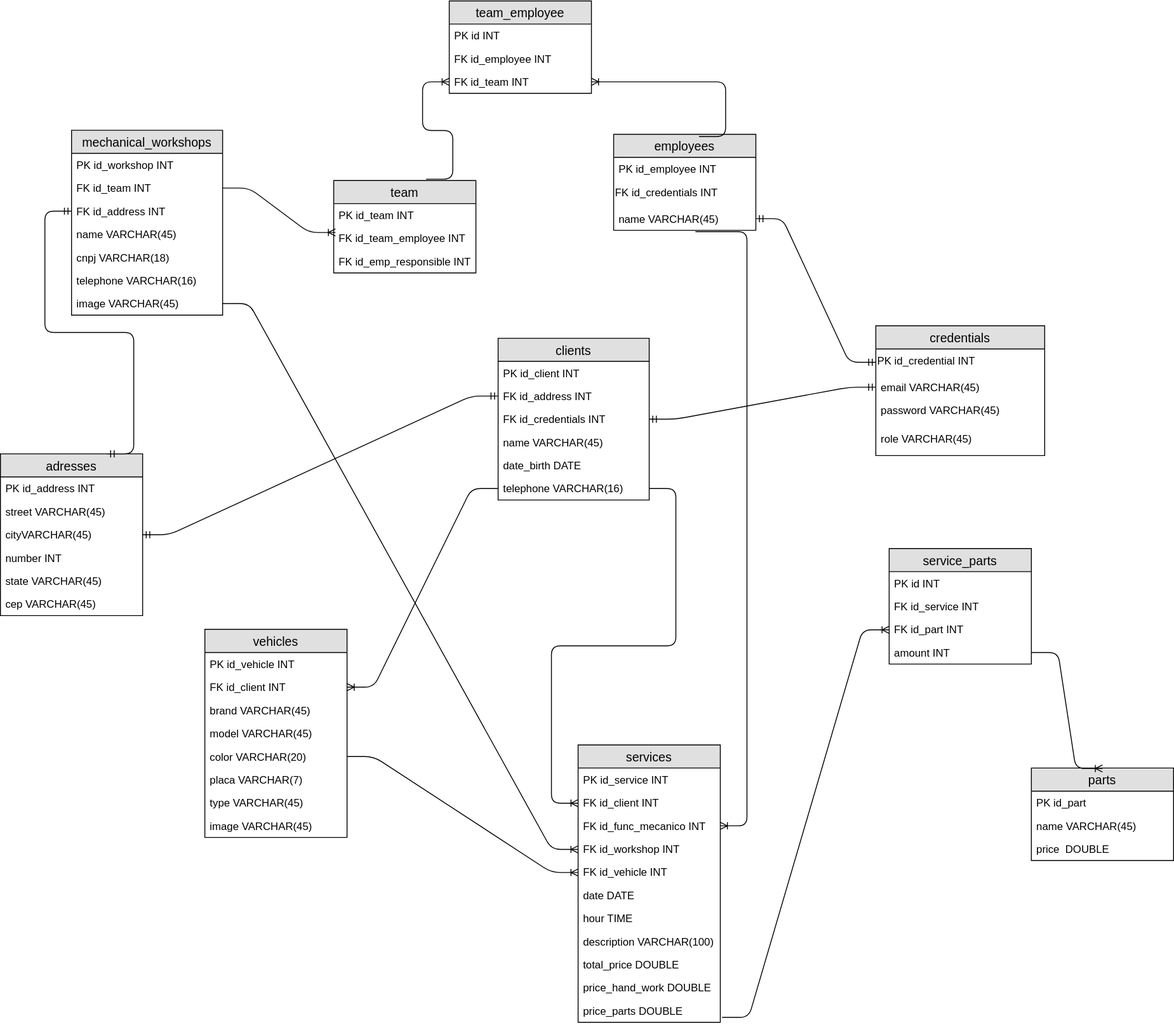
This is database/OficinaMecanica.svg from utfpr-gp/auto-repair-shop, a draw.io export, as it was before one commit. Source tidied: cells renumbered, new cells last; positions are measured from the earlier drawing's top-left corner, leaving out a move shared by most shapes.
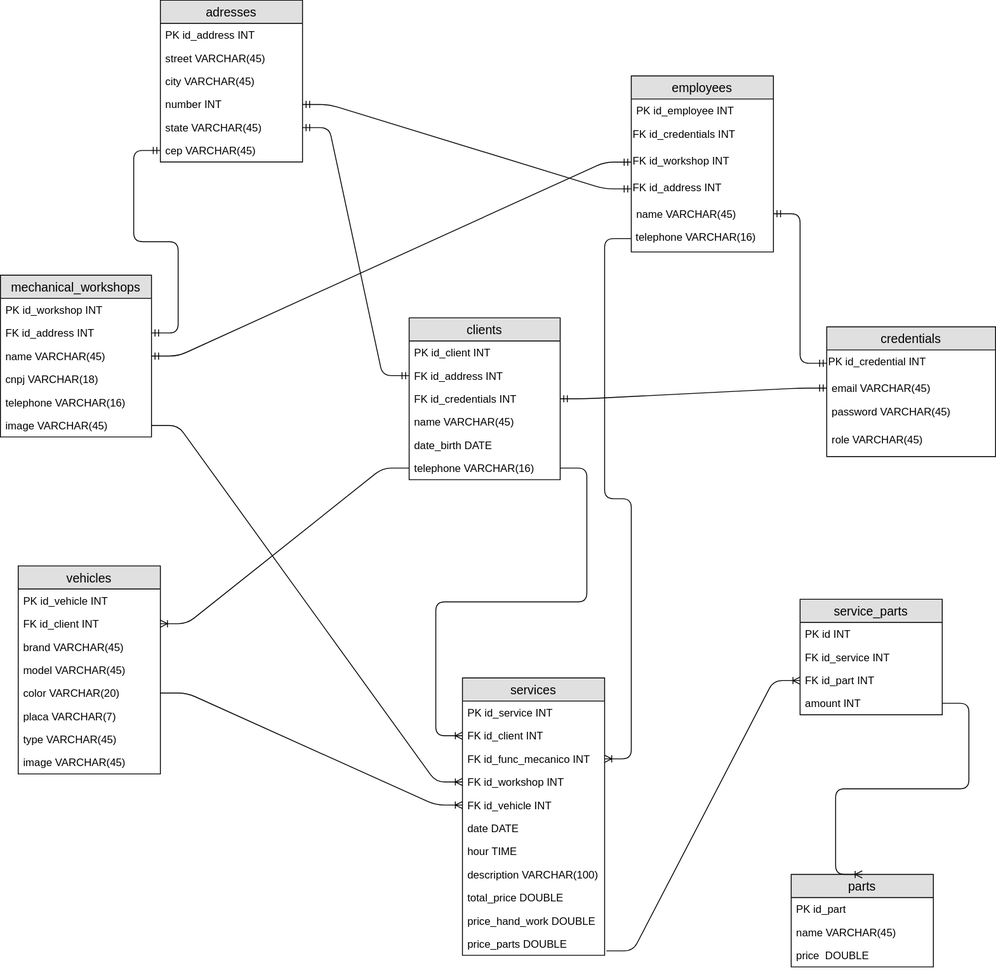
Later version of the same file.

Commit message:
Alterações no modelo do banco, as tabelas de equipes foram deletadas e foi adicionado mais atributos a tabela de funcionarios

What changed in the source:
```diff
@@ -3,7 +3,7 @@
     <mxCell id="0" />
     <mxCell id="1" parent="0" />
     <mxCell id="2" value="credentials" style="swimlane;fontStyle=0;horizontal=1;startSize=26;fillColor=#e0e0e0;swimlaneFillColor=#ffffff;align=center;fontSize=14;" parent="1" vertex="1">
-      <mxGeometry x="985" y="365" width="190" height="146" as="geometry" />
+      <mxGeometry x="1135" y="479.1" width="190" height="146" as="geometry" />
     </mxCell>
     <mxCell id="3" value="PK id_credential INT" style="text;html=1;" parent="2" vertex="1">
       <mxGeometry y="26" width="190" height="30" as="geometry" />
@@ -18,43 +18,28 @@
       <mxGeometry y="114" width="190" height="32" as="geometry" />
     </mxCell>
     <mxCell id="7" value="mechanical_workshops" style="swimlane;fontStyle=0;horizontal=1;startSize=26;fillColor=#e0e0e0;swimlaneFillColor=#ffffff;align=center;fontSize=14;" parent="1" vertex="1">
-      <mxGeometry x="80" y="145" width="170" height="208" as="geometry" />
+      <mxGeometry x="205" y="421" width="170" height="182" as="geometry" />
     </mxCell>
     <mxCell id="8" value="PK id_workshop INT" style="text;strokeColor=none;fillColor=none;spacingLeft=4;spacingRight=4;overflow=hidden;fontSize=12;fontStyle=0;" parent="7" vertex="1">
       <mxGeometry y="26" width="170" height="26" as="geometry" />
     </mxCell>
-    <mxCell id="9" value="FK id_team INT" style="text;strokeColor=none;fillColor=none;spacingLeft=4;spacingRight=4;overflow=hidden;points=[[0,0.5],[1,0.5]];portConstraint=eastwest;fontSize=12;" parent="7" vertex="1">
-      <mxGeometry y="52" width="170" height="26" as="geometry" />
-    </mxCell>
     <mxCell id="10" value="FK id_address INT" style="text;strokeColor=none;fillColor=none;spacingLeft=4;spacingRight=4;overflow=hidden;points=[[0,0.5],[1,0.5]];portConstraint=eastwest;fontSize=12;" parent="7" vertex="1">
-      <mxGeometry y="78" width="170" height="26" as="geometry" />
+      <mxGeometry y="52" width="170" height="26" as="geometry" />
     </mxCell>
     <mxCell id="11" value="name VARCHAR(45)" style="text;strokeColor=none;fillColor=none;spacingLeft=4;spacingRight=4;overflow=hidden;points=[[0,0.5],[1,0.5]];portConstraint=eastwest;fontSize=12;" parent="7" vertex="1">
-      <mxGeometry y="104" width="170" height="26" as="geometry" />
+      <mxGeometry y="78" width="170" height="26" as="geometry" />
     </mxCell>
     <mxCell id="12" value="cnpj VARCHAR(18)" style="text;strokeColor=none;fillColor=none;spacingLeft=4;spacingRight=4;overflow=hidden;fontSize=12;" parent="7" vertex="1">
-      <mxGeometry y="130" width="170" height="26" as="geometry" />
+      <mxGeometry y="104" width="170" height="26" as="geometry" />
     </mxCell>
     <mxCell id="13" value="telephone VARCHAR(16)" style="text;strokeColor=none;fillColor=none;spacingLeft=4;spacingRight=4;overflow=hidden;fontSize=12;" parent="7" vertex="1">
-      <mxGeometry y="156" width="170" height="26" as="geometry" />
+      <mxGeometry y="130" width="170" height="26" as="geometry" />
     </mxCell>
     <mxCell id="14" value="image VARCHAR(45)" style="text;strokeColor=none;fillColor=none;spacingLeft=4;spacingRight=4;overflow=hidden;points=[[0,0.5],[1,0.5]];portConstraint=eastwest;fontSize=12;" parent="7" vertex="1">
-      <mxGeometry y="182" width="170" height="26" as="geometry" />
+      <mxGeometry y="156" width="170" height="26" as="geometry" />
     </mxCell>
-    <mxCell id="15" value="team" style="swimlane;fontStyle=0;horizontal=1;startSize=26;fillColor=#e0e0e0;swimlaneFillColor=#ffffff;align=center;fontSize=14;" parent="1" vertex="1">
-      <mxGeometry x="375" y="201.5" width="160" height="104" as="geometry" />
-    </mxCell>
-    <mxCell id="16" value="PK id_team INT" style="text;strokeColor=none;fillColor=none;spacingLeft=4;spacingRight=4;overflow=hidden;fontSize=12;" parent="15" vertex="1">
-      <mxGeometry y="26" width="160" height="26" as="geometry" />
-    </mxCell>
-    <mxCell id="17" value="FK id_team_employee INT&#10;" style="text;strokeColor=none;fillColor=none;spacingLeft=4;spacingRight=4;overflow=hidden;points=[[0,0.5],[1,0.5]];portConstraint=eastwest;fontSize=12;" parent="15" vertex="1">
-      <mxGeometry y="52" width="160" height="26" as="geometry" />
-    </mxCell>
-    <mxCell id="18" value="FK id_emp_responsible INT&#10;" style="text;strokeColor=none;fillColor=none;spacingLeft=4;spacingRight=4;overflow=hidden;fontSize=12;" parent="15" vertex="1">
-      <mxGeometry y="78" width="160" height="26" as="geometry" />
-    </mxCell>
     <mxCell id="19" value="employees" style="swimlane;fontStyle=0;horizontal=1;startSize=26;fillColor=#e0e0e0;swimlaneFillColor=#ffffff;align=center;fontSize=14;" parent="1" vertex="1">
-      <mxGeometry x="690" y="149.5" width="160" height="108" as="geometry" />
+      <mxGeometry x="915" y="196.9" width="160" height="198" as="geometry" />
     </mxCell>
     <mxCell id="20" value="PK id_employee INT" style="text;strokeColor=none;fillColor=none;spacingLeft=4;spacingRight=4;overflow=hidden;fontSize=12;" parent="19" vertex="1">
       <mxGeometry y="26" width="160" height="26" as="geometry" />
@@ -62,23 +47,20 @@
     <mxCell id="21" value="FK id_credentials INT" style="text;html=1;" parent="19" vertex="1">
       <mxGeometry y="52" width="160" height="30" as="geometry" />
     </mxCell>
+    <mxCell id="85" value="FK id_workshop INT" style="text;html=1;" parent="19" vertex="1">
+      <mxGeometry y="82" width="160" height="30" as="geometry" />
+    </mxCell>
+    <mxCell id="86" value="FK id_address INT" style="text;html=1;" parent="19" vertex="1">
+      <mxGeometry y="112" width="160" height="30" as="geometry" />
+    </mxCell>
     <mxCell id="22" value="name VARCHAR(45)" style="text;strokeColor=none;fillColor=none;spacingLeft=4;spacingRight=4;overflow=hidden;points=[[0,0.5],[1,0.5]];portConstraint=eastwest;fontSize=12;" parent="19" vertex="1">
-      <mxGeometry y="82" width="160" height="26" as="geometry" />
+      <mxGeometry y="142" width="160" height="26" as="geometry" />
     </mxCell>
-    <mxCell id="23" value="team_employee" style="swimlane;fontStyle=0;horizontal=1;startSize=26;fillColor=#e0e0e0;swimlaneFillColor=#ffffff;align=center;fontSize=14;" parent="1" vertex="1">
-      <mxGeometry x="505" y="-0.5" width="160" height="104" as="geometry" />
-    </mxCell>
-    <mxCell id="24" value="PK id INT" style="text;strokeColor=none;fillColor=none;spacingLeft=4;spacingRight=4;overflow=hidden;fontSize=12;" parent="23" vertex="1">
-      <mxGeometry y="26" width="160" height="26" as="geometry" />
-    </mxCell>
-    <mxCell id="25" value="FK id_employee INT" style="text;strokeColor=none;fillColor=none;spacingLeft=4;spacingRight=4;overflow=hidden;fontSize=12;" parent="23" vertex="1">
-      <mxGeometry y="52" width="160" height="26" as="geometry" />
-    </mxCell>
-    <mxCell id="26" value="FK id_team INT" style="text;strokeColor=none;fillColor=none;spacingLeft=4;spacingRight=4;overflow=hidden;points=[[0,0.5],[1,0.5]];portConstraint=eastwest;fontSize=12;" parent="23" vertex="1">
-      <mxGeometry y="78" width="160" height="26" as="geometry" />
-    </mxCell>
+    <mxCell id="87" value="&amp;nbsp;telephone VARCHAR(16)" style="text;html=1;" parent="19" vertex="1">
+      <mxGeometry y="168" width="160" height="30" as="geometry" />
+    </mxCell>
     <mxCell id="27" value="clients" style="swimlane;fontStyle=0;horizontal=1;startSize=26;fillColor=#e0e0e0;swimlaneFillColor=#ffffff;align=center;fontSize=14;" parent="1" vertex="1">
-      <mxGeometry x="560" y="379" width="170" height="182" as="geometry" />
+      <mxGeometry x="665" y="469" width="170" height="182" as="geometry" />
     </mxCell>
     <mxCell id="28" value="PK id_client INT " style="text;strokeColor=none;fillColor=none;spacingLeft=4;spacingRight=4;overflow=hidden;fontSize=12;" parent="27" vertex="1">
       <mxGeometry y="26" width="170" height="26" as="geometry" />
@@ -99,7 +81,7 @@
       <mxGeometry y="156" width="170" height="26" as="geometry" />
     </mxCell>
     <mxCell id="34" value="vehicles" style="swimlane;fontStyle=0;horizontal=1;startSize=26;fillColor=#e0e0e0;swimlaneFillColor=#ffffff;align=center;fontSize=14;" parent="1" vertex="1">
-      <mxGeometry x="230" y="706.5" width="160" height="234" as="geometry" />
+      <mxGeometry x="225" y="748" width="160" height="234" as="geometry" />
     </mxCell>
     <mxCell id="35" value="PK id_vehicle INT" style="text;strokeColor=none;fillColor=none;spacingLeft=4;spacingRight=4;overflow=hidden;fontSize=12;" parent="34" vertex="1">
       <mxGeometry y="26" width="160" height="26" as="geometry" />
@@ -126,7 +108,7 @@
       <mxGeometry y="208" width="160" height="26" as="geometry" />
     </mxCell>
     <mxCell id="43" value="adresses" style="swimlane;fontStyle=0;horizontal=1;startSize=26;fillColor=#e0e0e0;swimlaneFillColor=#ffffff;align=center;fontSize=14;" parent="1" vertex="1">
-      <mxGeometry y="509" width="160" height="182" as="geometry" />
+      <mxGeometry x="385" y="111.7" width="160" height="182" as="geometry" />
     </mxCell>
     <mxCell id="44" value="PK id_address INT" style="text;strokeColor=none;fillColor=none;spacingLeft=4;spacingRight=4;overflow=hidden;fontSize=12;" parent="43" vertex="1">
       <mxGeometry y="26" width="160" height="26" as="geometry" />
@@ -134,7 +116,7 @@
     <mxCell id="45" value="street VARCHAR(45)" style="text;strokeColor=none;fillColor=none;spacingLeft=4;spacingRight=4;overflow=hidden;fontSize=12;" parent="43" vertex="1">
       <mxGeometry y="52" width="160" height="26" as="geometry" />
     </mxCell>
-    <mxCell id="46" value="cityVARCHAR(45)" style="text;strokeColor=none;fillColor=none;spacingLeft=4;spacingRight=4;overflow=hidden;points=[[0,0.5],[1,0.5]];portConstraint=eastwest;fontSize=12;" parent="43" vertex="1">
+    <mxCell id="46" value="city VARCHAR(45)" style="text;strokeColor=none;fillColor=none;spacingLeft=4;spacingRight=4;overflow=hidden;points=[[0,0.5],[1,0.5]];portConstraint=eastwest;fontSize=12;" parent="43" vertex="1">
       <mxGeometry y="78" width="160" height="26" as="geometry" />
     </mxCell>
     <mxCell id="47" value="number INT" style="text;strokeColor=none;fillColor=none;spacingLeft=4;spacingRight=4;overflow=hidden;points=[[0,0.5],[1,0.5]];portConstraint=eastwest;fontSize=12;" parent="43" vertex="1">
@@ -149,17 +131,14 @@
     <mxCell id="50" style="edgeStyle=entityRelationEdgeStyle;fontSize=12;html=1;endArrow=ERoneToMany;" parent="1" edge="1" source="33" target="36">
       <mxGeometry relative="1" as="geometry" />
     </mxCell>
-    <mxCell id="51" style="edgeStyle=entityRelationEdgeStyle;fontSize=12;html=1;endArrow=ERmandOne;startArrow=ERmandOne;entryX=0;entryY=0.5;entryDx=0;entryDy=0;exitX=0.75;exitY=0;exitDx=0;exitDy=0;" parent="1" edge="1" source="43" target="10">
+    <mxCell id="51" style="edgeStyle=entityRelationEdgeStyle;fontSize=12;html=1;endArrow=ERmandOne;startArrow=ERmandOne;" parent="1" edge="1" source="49" target="10">
       <mxGeometry relative="1" as="geometry" />
     </mxCell>
-    <mxCell id="52" style="edgeStyle=entityRelationEdgeStyle;fontSize=12;html=1;endArrow=ERmandOne;startArrow=ERmandOne;entryX=0;entryY=0.5;entryDx=0;entryDy=0;exitX=1;exitY=0.5;exitDx=0;exitDy=0;" parent="1" edge="1" source="46" target="29">
+    <mxCell id="52" style="edgeStyle=entityRelationEdgeStyle;fontSize=12;html=1;endArrow=ERmandOne;startArrow=ERmandOne;entryX=0;entryY=0.5;entryDx=0;entryDy=0;exitX=1;exitY=0.5;exitDx=0;exitDy=0;" parent="1" edge="1" source="48" target="29">
       <mxGeometry relative="1" as="geometry" />
     </mxCell>
-    <mxCell id="53" style="edgeStyle=entityRelationEdgeStyle;fontSize=12;html=1;endArrow=ERoneToMany;exitX=0.652;exitY=-0.01;exitDx=0;exitDy=0;exitPerimeter=0;" parent="1" edge="1" source="15" target="26">
-      <mxGeometry relative="1" as="geometry" />
-    </mxCell>
     <mxCell id="54" value="services" style="swimlane;fontStyle=0;horizontal=1;startSize=26;fillColor=#e0e0e0;swimlaneFillColor=#ffffff;align=center;fontSize=14;" parent="1" vertex="1">
-      <mxGeometry x="650" y="836.5" width="160" height="312" as="geometry" />
+      <mxGeometry x="725" y="874" width="160" height="312" as="geometry" />
     </mxCell>
     <mxCell id="55" value="PK id_service INT&#10;" style="text;strokeColor=none;fillColor=none;spacingLeft=4;spacingRight=4;overflow=hidden;fontSize=12;" parent="54" vertex="1">
       <mxGeometry y="26" width="160" height="26" as="geometry" />
@@ -194,18 +173,12 @@
     <mxCell id="65" value="price_parts DOUBLE" style="text;strokeColor=none;fillColor=none;spacingLeft=4;spacingRight=4;overflow=hidden;points=[[0,0.5],[1,0.5]];portConstraint=eastwest;fontSize=12;" parent="54" vertex="1">
       <mxGeometry y="286" width="160" height="26" as="geometry" />
     </mxCell>
-    <mxCell id="66" style="edgeStyle=entityRelationEdgeStyle;fontSize=12;html=1;endArrow=ERoneToMany;exitX=0.6;exitY=0.019;exitDx=0;exitDy=0;exitPerimeter=0;" parent="1" edge="1" source="19" target="26">
-      <mxGeometry relative="1" as="geometry" />
-    </mxCell>
     <mxCell id="67" style="edgeStyle=entityRelationEdgeStyle;fontSize=12;html=1;endArrow=ERmandOne;startArrow=ERmandOne;entryX=0;entryY=0.5;entryDx=0;entryDy=0;" parent="1" edge="1" source="30" target="4">
       <mxGeometry relative="1" as="geometry" />
     </mxCell>
     <mxCell id="68" style="edgeStyle=entityRelationEdgeStyle;fontSize=12;html=1;endArrow=ERmandOne;startArrow=ERmandOne;" parent="1" edge="1" source="3" target="22">
       <mxGeometry relative="1" as="geometry" />
     </mxCell>
-    <mxCell id="69" style="edgeStyle=entityRelationEdgeStyle;fontSize=12;html=1;endArrow=ERoneToMany;exitX=1;exitY=0.5;exitDx=0;exitDy=0;entryX=0.01;entryY=0.25;entryDx=0;entryDy=0;entryPerimeter=0;" parent="1" edge="1" source="9" target="17">
-      <mxGeometry relative="1" as="geometry" />
-    </mxCell>
     <mxCell id="70" style="edgeStyle=entityRelationEdgeStyle;fontSize=12;html=1;endArrow=ERoneToMany;entryX=0;entryY=0.5;entryDx=0;entryDy=0;" parent="1" edge="1" source="33" target="56">
       <mxGeometry relative="1" as="geometry" />
     </mxCell>
@@ -213,7 +186,7 @@
       <mxGeometry relative="1" as="geometry" />
     </mxCell>
     <mxCell id="72" value="parts" style="swimlane;fontStyle=0;horizontal=1;startSize=26;fillColor=#e0e0e0;swimlaneFillColor=#ffffff;align=center;fontSize=14;" parent="1" vertex="1">
-      <mxGeometry x="1160" y="862.5" width="160" height="104" as="geometry" />
+      <mxGeometry x="1095" y="1095" width="160" height="104" as="geometry" />
     </mxCell>
     <mxCell id="73" value="PK id_part" style="text;strokeColor=none;fillColor=none;spacingLeft=4;spacingRight=4;overflow=hidden;fontSize=12;" parent="72" vertex="1">
       <mxGeometry y="26" width="160" height="26" as="geometry" />
@@ -225,7 +198,7 @@
       <mxGeometry y="78" width="160" height="26" as="geometry" />
     </mxCell>
     <mxCell id="76" value="service_parts" style="swimlane;fontStyle=0;horizontal=1;startSize=26;fillColor=#e0e0e0;swimlaneFillColor=#ffffff;align=center;fontSize=14;" parent="1" vertex="1">
-      <mxGeometry x="1000" y="615.5" width="160" height="130" as="geometry" />
+      <mxGeometry x="1105" y="785.5" width="160" height="130" as="geometry" />
     </mxCell>
     <mxCell id="77" value="PK id INT" style="text;strokeColor=none;fillColor=none;spacingLeft=4;spacingRight=4;overflow=hidden;fontSize=12;" parent="76" vertex="1">
       <mxGeometry y="26" width="160" height="26" as="geometry" />
@@ -242,7 +215,7 @@
     <mxCell id="81" style="edgeStyle=entityRelationEdgeStyle;fontSize=12;html=1;endArrow=ERoneToMany;entryX=0;entryY=0.5;entryDx=0;entryDy=0;" parent="1" edge="1" source="14" target="58">
       <mxGeometry relative="1" as="geometry" />
     </mxCell>
-    <mxCell id="82" style="edgeStyle=entityRelationEdgeStyle;fontSize=12;html=1;endArrow=ERoneToMany;exitX=0.572;exitY=1.071;exitDx=0;exitDy=0;exitPerimeter=0;" parent="1" edge="1" source="22" target="57">
+    <mxCell id="82" style="edgeStyle=entityRelationEdgeStyle;fontSize=12;html=1;endArrow=ERoneToMany;" parent="1" edge="1" source="87" target="57">
       <mxGeometry relative="1" as="geometry" />
     </mxCell>
     <mxCell id="83" style="edgeStyle=entityRelationEdgeStyle;fontSize=12;html=1;endArrow=ERoneToMany;entryX=0;entryY=0.5;entryDx=0;entryDy=0;exitX=1.01;exitY=0.791;exitDx=0;exitDy=0;exitPerimeter=0;" parent="1" edge="1" source="65" target="79">
@@ -251,5 +224,11 @@
     <mxCell id="84" style="edgeStyle=entityRelationEdgeStyle;fontSize=12;html=1;endArrow=ERoneToMany;entryX=0.5;entryY=0;entryDx=0;entryDy=0;" parent="1" edge="1" source="80" target="72">
       <mxGeometry relative="1" as="geometry" />
     </mxCell>
+    <mxCell id="88" style="edgeStyle=entityRelationEdgeStyle;fontSize=12;html=1;endArrow=ERmandOne;startArrow=ERmandOne;entryX=0;entryY=0.5;entryDx=0;entryDy=0;exitX=1;exitY=0.5;exitDx=0;exitDy=0;" parent="1" edge="1" source="47" target="86">
+      <mxGeometry relative="1" as="geometry" />
+    </mxCell>
+    <mxCell id="89" style="edgeStyle=entityRelationEdgeStyle;fontSize=12;html=1;endArrow=ERmandOne;startArrow=ERmandOne;exitX=1;exitY=0.5;exitDx=0;exitDy=0;" parent="1" edge="1" source="11" target="85">
+      <mxGeometry relative="1" as="geometry" />
+    </mxCell>
   </root>
 </mxGraphModel>
```
